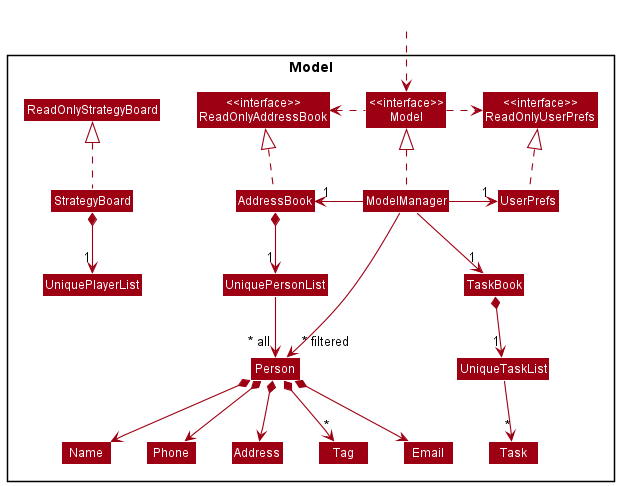
simjunheng/tp keeps this PlantUML diagram as docs/diagrams/ModelClassDiagram.png. Above is the earlier version. Source of this version:
```plantuml
@startuml
!include style.puml
skinparam arrowThickness 1.1
skinparam arrowColor MODEL_COLOR
skinparam classBackgroundColor MODEL_COLOR

Package Model <<Rectangle>>{
Class "<<interface>>\nReadOnlyAddressBook" as ReadOnlyAddressBook
Class "<<interface>>\nReadOnlyUserPrefs" as ReadOnlyUserPrefs
Class "<<interface>>\nModel" as Model
Class AddressBook
Class ModelManager
Class ReadOnlyStrategyBoard
Class StrategyBoard
Class TaskBook
Class UniqueTaskList
Class UniquePlayerList
Class UserPrefs

Class UniquePersonList
Class Person
Class Address
Class Email
Class Name
Class Phone
Class Tag
Class Task

}

Class HiddenOutside #FFFFFF
HiddenOutside ..> Model

AddressBook .up.|> ReadOnlyAddressBook

StrategyBoard .up.|> ReadOnlyStrategyBoard

StrategyBoard *--> "1" UniquePlayerList


ModelManager .up.|> Model
Model .right.> ReadOnlyUserPrefs
Model .left.> ReadOnlyAddressBook
ModelManager -left-> "1" AddressBook
ModelManager -right-> "1" UserPrefs
UserPrefs .up.|> ReadOnlyUserPrefs

AddressBook *--> "1" UniquePersonList
UniquePersonList --> "~* all" Person
Person *--> Name
Person *--> Phone
Person *--> Email
Person *--> Address
Person *--> "*" Tag

Name -[hidden]right-> Phone
Phone -[hidden]right-> Address
Address -[hidden]right-> Email

ModelManager --> "1"  TaskBook
TaskBook *-->"1" UniqueTaskList
UniqueTaskList --> "*" Task
ModelManager -->"~* filtered" Person

@enduml
```
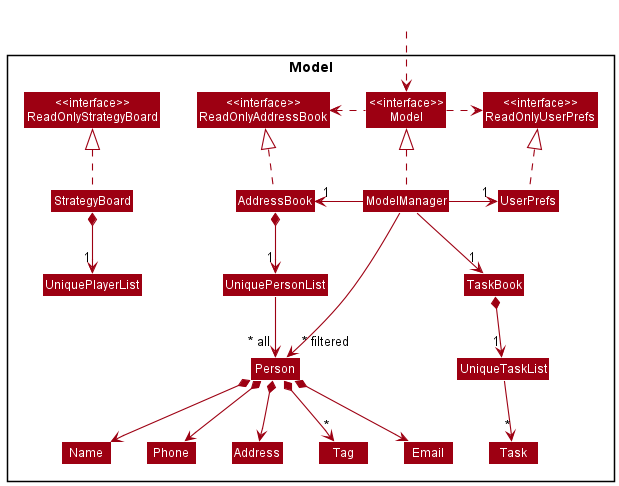
The same file after the commit.

Commit message:
Replace ModelClassDiagram

The edit, as a diff of the source:
```diff
@@ -8,9 +8,9 @@
 Class "<<interface>>\nReadOnlyAddressBook" as ReadOnlyAddressBook
 Class "<<interface>>\nReadOnlyUserPrefs" as ReadOnlyUserPrefs
 Class "<<interface>>\nModel" as Model
+Class "<<interface>>\nReadOnlyStrategyBoard" as ReadOnlyStrategyBoard
 Class AddressBook
 Class ModelManager
-Class ReadOnlyStrategyBoard
 Class StrategyBoard
 Class TaskBook
 Class UniqueTaskList
```
